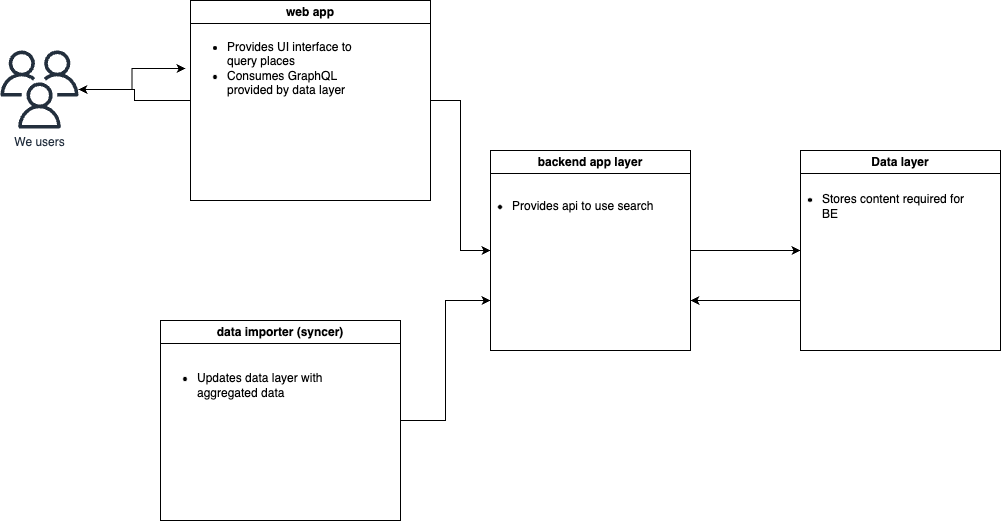
Earlier version of the draw.io export lcs-search-service/lcs-architecture.drawio.png (ikondrat/monopoc). Source tidied: cells renumbered, new cells last; positions are measured from the earlier drawing's top-left corner, leaving out a move shared by most shapes.
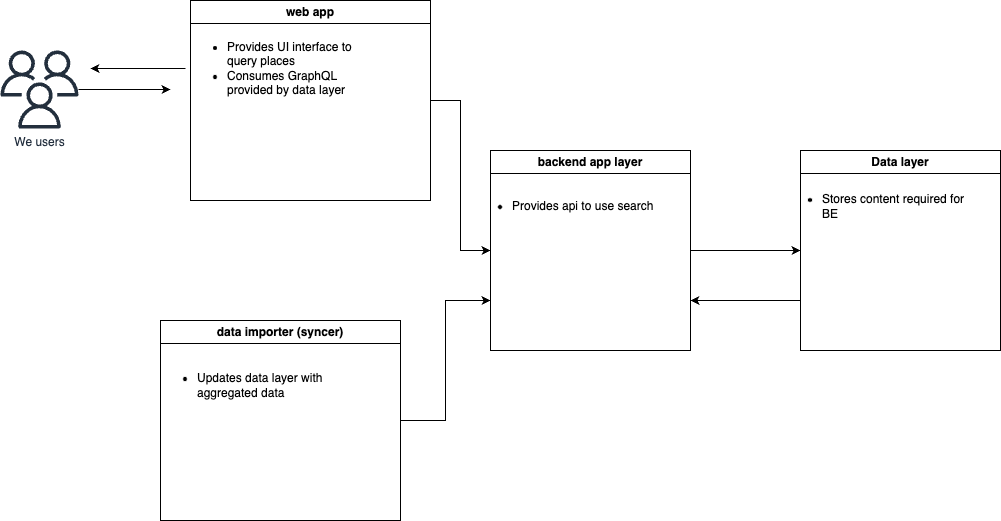
The same file after the commit.

The edit, as a diff of the source:
```diff
@@ -2,21 +2,25 @@
   <root>
     <mxCell id="0" />
     <mxCell id="1" parent="0" />
-    <mxCell id="2" style="edgeStyle=orthogonalEdgeStyle;rounded=0;jettySize=auto;html=1;entryX=0;entryY=0.5;entryDx=0;entryDy=0;" parent="1" edge="1" source="3" target="7">
-      <mxGeometry relative="1" as="geometry" />
-    </mxCell>
+    <mxCell id="17" style="edgeStyle=orthogonalEdgeStyle;rounded=0;jettySize=auto;html=1;" parent="1" edge="1" source="3">
+      <mxGeometry relative="1" as="geometry">
+        <mxPoint x="170" y="89" as="targetPoint" />
+      </mxGeometry>
+    </mxCell>
     <mxCell id="3" value="We users" style="sketch=0;outlineConnect=0;fontColor=#232F3E;gradientColor=none;fillColor=#232F3D;strokeColor=none;dashed=0;verticalLabelPosition=bottom;verticalAlign=top;align=center;html=1;fontSize=12;fontStyle=0;shape=mxgraph.aws4.users;" parent="1" vertex="1">
       <mxGeometry y="50" width="78" height="78" as="geometry" />
     </mxCell>
     <mxCell id="4" style="edgeStyle=orthogonalEdgeStyle;rounded=0;jettySize=auto;html=1;exitX=1;exitY=0.5;exitDx=0;exitDy=0;entryX=0;entryY=0.5;entryDx=0;entryDy=0;" parent="1" edge="1" source="6" target="9">
       <mxGeometry relative="1" as="geometry" />
     </mxCell>
-    <mxCell id="5" style="edgeStyle=orthogonalEdgeStyle;rounded=0;jettySize=auto;html=1;exitX=0;exitY=0.5;exitDx=0;exitDy=0;" parent="1" edge="1" source="6" target="3">
-      <mxGeometry relative="1" as="geometry" />
-    </mxCell>
     <mxCell id="6" value="web app" style="swimlane;whiteSpace=wrap;html=1;" parent="1" vertex="1">
       <mxGeometry x="190" width="240" height="200" as="geometry" />
     </mxCell>
+    <mxCell id="18" style="edgeStyle=orthogonalEdgeStyle;rounded=0;jettySize=auto;html=1;" parent="6" edge="1" source="7">
+      <mxGeometry relative="1" as="geometry">
+        <mxPoint x="-100" y="68" as="targetPoint" />
+      </mxGeometry>
+    </mxCell>
     <mxCell id="7" value="&lt;ul&gt;&lt;li&gt;Provides UI interface to query places&lt;/li&gt;&lt;li&gt;Consumes GraphQL provided by data layer&lt;/li&gt;&lt;/ul&gt;" style="text;strokeColor=none;align=left;fillColor=none;html=1;verticalAlign=middle;whiteSpace=wrap;rounded=0;" parent="6" vertex="1">
       <mxGeometry x="-5" y="53" width="190" height="30" as="geometry" />
     </mxCell>
```
